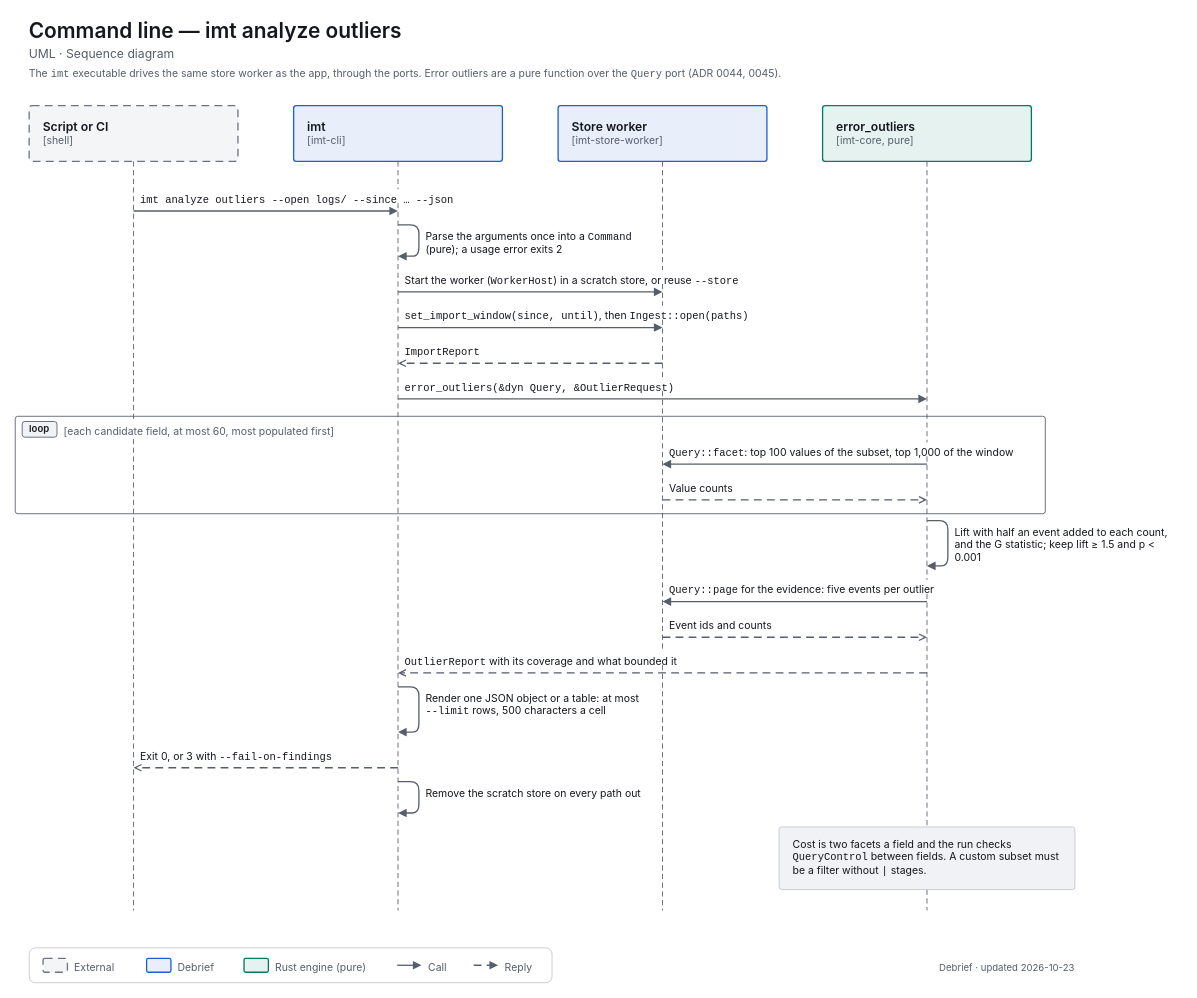
This is docs/diagrams/uml-seq-cli-outliers.drawio from decryp7/integrated_maintenance_tool, a draw.io file, before an edit. Source tidied: cells renumbered, new cells numbered last; positions are measured from the earlier drawing's top-left corner, leaving out a move shared by most shapes. Both pictures are drawn from the tidied source at 87%, with x=0, y=0 at pixel (15, 15).
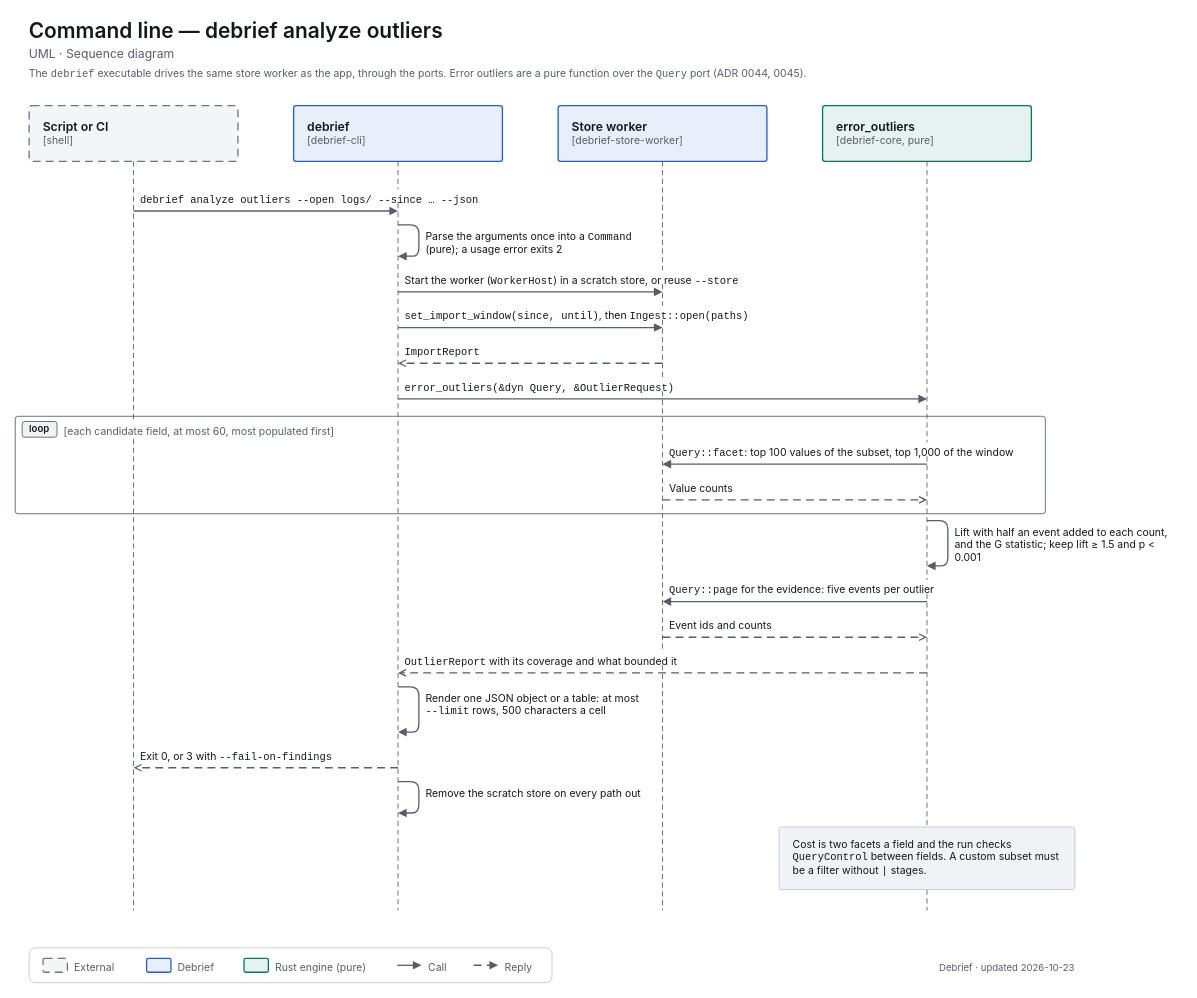
The same page after the edit.

Diff of the diagram source:
```diff
@@
-    <mxCell id="2" value="&lt;span style=&quot;font-size:24px;font-weight:600&quot;&gt;Command line — imt analyze outliers&lt;/span&gt;" style="html=1;whiteSpace=wrap;fontFamily=-apple-system,BlinkMacSystemFont,Segoe UI,system-ui,sans-serif;fontSize=12;fontColor=light-dark(#14171C,#ECEEF1);text;strokeColor=none;fillColor=none;align=left;verticalAlign=top;spacing=0;fontColor=light-dark(#14171C,#ECEEF1);" parent="1" vertex="1">
+    <mxCell id="2" value="&lt;span style=&quot;font-size:24px;font-weight:600&quot;&gt;Command line — debrief analyze outliers&lt;/span&gt;" style="html=1;whiteSpace=wrap;fontFamily=-apple-system,BlinkMacSystemFont,Segoe UI,system-ui,sans-serif;fontSize=12;fontColor=light-dark(#14171C,#ECEEF1);text;strokeColor=none;fillColor=none;align=left;verticalAlign=top;spacing=0;fontColor=light-dark(#14171C,#ECEEF1);" parent="1" vertex="1">
       <mxGeometry x="16" width="1152" height="32" as="geometry" />
     </mxCell>
@@
-    <mxCell id="4" value="&lt;span style=&quot;font-size:12px;font-weight:400&quot;&gt;The &lt;span style=&quot;font-family:ui-monospace,SF Mono,Cascadia Mono,Consolas,monospace;white-space:nowrap&quot;&gt;imt&lt;/span&gt; executable drives the same store worker as the app, through the ports. Error outliers are a pure function over the &lt;span style=&quot;font-family:ui-monospace,SF Mono,Cascadia Mono,Consolas,monospace;white-space:nowrap&quot;&gt;Query&lt;/span&gt; port (ADR 0044, 0045).&lt;/span&gt;" style="html=1;whiteSpace=wrap;fontFamily=-apple-system,BlinkMacSystemFont,Segoe UI,system-ui,sans-serif;fontSize=12;fontColor=light-dark(#14171C,#ECEEF1);text;strokeColor=none;fillColor=none;align=left;verticalAlign=top;spacing=0;fontColor=light-dark(#565E6B,#A0A7B2);" parent="1" vertex="1">
+    <mxCell id="4" value="&lt;span style=&quot;font-size:12px;font-weight:400&quot;&gt;The &lt;span style=&quot;font-family:ui-monospace,SF Mono,Cascadia Mono,Consolas,monospace;white-space:nowrap&quot;&gt;debrief&lt;/span&gt; executable drives the same store worker as the app, through the ports. Error outliers are a pure function over the &lt;span style=&quot;font-family:ui-monospace,SF Mono,Cascadia Mono,Consolas,monospace;white-space:nowrap&quot;&gt;Query&lt;/span&gt; port (ADR 0044, 0045).&lt;/span&gt;" style="html=1;whiteSpace=wrap;fontFamily=-apple-system,BlinkMacSystemFont,Segoe UI,system-ui,sans-serif;fontSize=12;fontColor=light-dark(#14171C,#ECEEF1);text;strokeColor=none;fillColor=none;align=left;verticalAlign=top;spacing=0;fontColor=light-dark(#565E6B,#A0A7B2);" parent="1" vertex="1">
       <mxGeometry x="16" y="56" width="1152" height="20" as="geometry" />
     </mxCell>
@@
-    <mxCell id="6" value="&lt;span style=&quot;font-size:14px;font-weight:600&quot;&gt;imt&lt;/span&gt;&lt;br&gt;&lt;span style=&quot;font-size:12px;color:light-dark(#565E6B,#A0A7B2)&quot;&gt;[imt-cli]&lt;/span&gt;" style="html=1;whiteSpace=wrap;fontFamily=-apple-system,BlinkMacSystemFont,Segoe UI,system-ui,sans-serif;fontSize=12;fontColor=light-dark(#14171C,#ECEEF1);rounded=1;absoluteArcSize=1;arcSize=6;strokeWidth=1.5;strokeColor=light-dark(#1D5FD1,#5B9BFF);fillColor=light-dark(#E8EFFA,#202C3F);align=left;verticalAlign=top;spacingLeft=14;spacingRight=14;spacingTop=10;spacingBottom=8;" parent="1" vertex="1">
+    <mxCell id="6" value="&lt;span style=&quot;font-size:14px;font-weight:600&quot;&gt;debrief&lt;/span&gt;&lt;br&gt;&lt;span style=&quot;font-size:12px;color:light-dark(#565E6B,#A0A7B2)&quot;&gt;[debrief-cli]&lt;/span&gt;" style="html=1;whiteSpace=wrap;fontFamily=-apple-system,BlinkMacSystemFont,Segoe UI,system-ui,sans-serif;fontSize=12;fontColor=light-dark(#14171C,#ECEEF1);rounded=1;absoluteArcSize=1;arcSize=6;strokeWidth=1.5;strokeColor=light-dark(#1D5FD1,#5B9BFF);fillColor=light-dark(#E8EFFA,#202C3F);align=left;verticalAlign=top;spacingLeft=14;spacingRight=14;spacingTop=10;spacingBottom=8;" parent="1" vertex="1">
       <mxGeometry x="320" y="104" width="240" height="64" as="geometry" />
     </mxCell>
-    <mxCell id="7" value="&lt;span style=&quot;font-size:14px;font-weight:600&quot;&gt;Store worker&lt;/span&gt;&lt;br&gt;&lt;span style=&quot;font-size:12px;color:light-dark(#565E6B,#A0A7B2)&quot;&gt;[imt-store-worker]&lt;/span&gt;" style="html=1;whiteSpace=wrap;fontFamily=-apple-system,BlinkMacSystemFont,Segoe UI,system-ui,sans-serif;fontSize=12;fontColor=light-dark(#14171C,#ECEEF1);rounded=1;absoluteArcSize=1;arcSize=6;strokeWidth=1.5;strokeColor=light-dark(#1D5FD1,#5B9BFF);fillColor=light-dark(#E8EFFA,#202C3F);align=left;verticalAlign=top;spacingLeft=14;spacingRight=14;spacingTop=10;spacingBottom=8;" parent="1" vertex="1">
+    <mxCell id="7" value="&lt;span style=&quot;font-size:14px;font-weight:600&quot;&gt;Store worker&lt;/span&gt;&lt;br&gt;&lt;span style=&quot;font-size:12px;color:light-dark(#565E6B,#A0A7B2)&quot;&gt;[debrief-store-worker]&lt;/span&gt;" style="html=1;whiteSpace=wrap;fontFamily=-apple-system,BlinkMacSystemFont,Segoe UI,system-ui,sans-serif;fontSize=12;fontColor=light-dark(#14171C,#ECEEF1);rounded=1;absoluteArcSize=1;arcSize=6;strokeWidth=1.5;strokeColor=light-dark(#1D5FD1,#5B9BFF);fillColor=light-dark(#E8EFFA,#202C3F);align=left;verticalAlign=top;spacingLeft=14;spacingRight=14;spacingTop=10;spacingBottom=8;" parent="1" vertex="1">
       <mxGeometry x="624" y="104" width="240" height="64" as="geometry" />
     </mxCell>
-    <mxCell id="8" value="&lt;span style=&quot;font-size:14px;font-weight:600&quot;&gt;error_outliers&lt;/span&gt;&lt;br&gt;&lt;span style=&quot;font-size:12px;color:light-dark(#565E6B,#A0A7B2)&quot;&gt;[imt-core, pure]&lt;/span&gt;" style="html=1;whiteSpace=wrap;fontFamily=-apple-system,BlinkMacSystemFont,Segoe UI,system-ui,sans-serif;fontSize=12;fontColor=light-dark(#14171C,#ECEEF1);rounded=1;absoluteArcSize=1;arcSize=6;strokeWidth=1.5;strokeColor=light-dark(#007A5E,#2EC4A0);fillColor=light-dark(#E6F2EF,#193330);align=left;verticalAlign=top;spacingLeft=14;spacingRight=14;spacingTop=10;spacingBottom=8;" parent="1" vertex="1">
+    <mxCell id="8" value="&lt;span style=&quot;font-size:14px;font-weight:600&quot;&gt;error_outliers&lt;/span&gt;&lt;br&gt;&lt;span style=&quot;font-size:12px;color:light-dark(#565E6B,#A0A7B2)&quot;&gt;[debrief-core, pure]&lt;/span&gt;" style="html=1;whiteSpace=wrap;fontFamily=-apple-system,BlinkMacSystemFont,Segoe UI,system-ui,sans-serif;fontSize=12;fontColor=light-dark(#14171C,#ECEEF1);rounded=1;absoluteArcSize=1;arcSize=6;strokeWidth=1.5;strokeColor=light-dark(#007A5E,#2EC4A0);fillColor=light-dark(#E6F2EF,#193330);align=left;verticalAlign=top;spacingLeft=14;spacingRight=14;spacingTop=10;spacingBottom=8;" parent="1" vertex="1">
       <mxGeometry x="928" y="104" width="240" height="64" as="geometry" />
     </mxCell>
@@
-    <mxCell id="21" value="&lt;span style=&quot;font-size:12px;font-weight:400&quot;&gt;&lt;span style=&quot;font-family:ui-monospace,SF Mono,Cascadia Mono,Consolas,monospace;white-space:nowrap&quot;&gt;imt analyze outliers --open logs/ --since … --json&lt;/span&gt;&lt;/span&gt;" style="html=1;whiteSpace=wrap;fontFamily=-apple-system,BlinkMacSystemFont,Segoe UI,system-ui,sans-serif;fontSize=12;fontColor=light-dark(#14171C,#ECEEF1);text;strokeColor=none;fillColor=none;align=left;verticalAlign=top;spacing=0;fontColor=light-dark(#14171C,#ECEEF1);" parent="1" vertex="1">
+    <mxCell id="21" value="&lt;span style=&quot;font-size:12px;font-weight:400&quot;&gt;&lt;span style=&quot;font-family:ui-monospace,SF Mono,Cascadia Mono,Consolas,monospace;white-space:nowrap&quot;&gt;debrief analyze outliers --open logs/ --since … --json&lt;/span&gt;&lt;/span&gt;" style="html=1;whiteSpace=wrap;fontFamily=-apple-system,BlinkMacSystemFont,Segoe UI,system-ui,sans-serif;fontSize=12;fontColor=light-dark(#14171C,#ECEEF1);text;strokeColor=none;fillColor=none;align=left;verticalAlign=top;spacing=0;fontColor=light-dark(#14171C,#ECEEF1);" parent="1" vertex="1">
       <mxGeometry x="144" y="200" width="397" height="16" as="geometry" />
     </mxCell>
```
